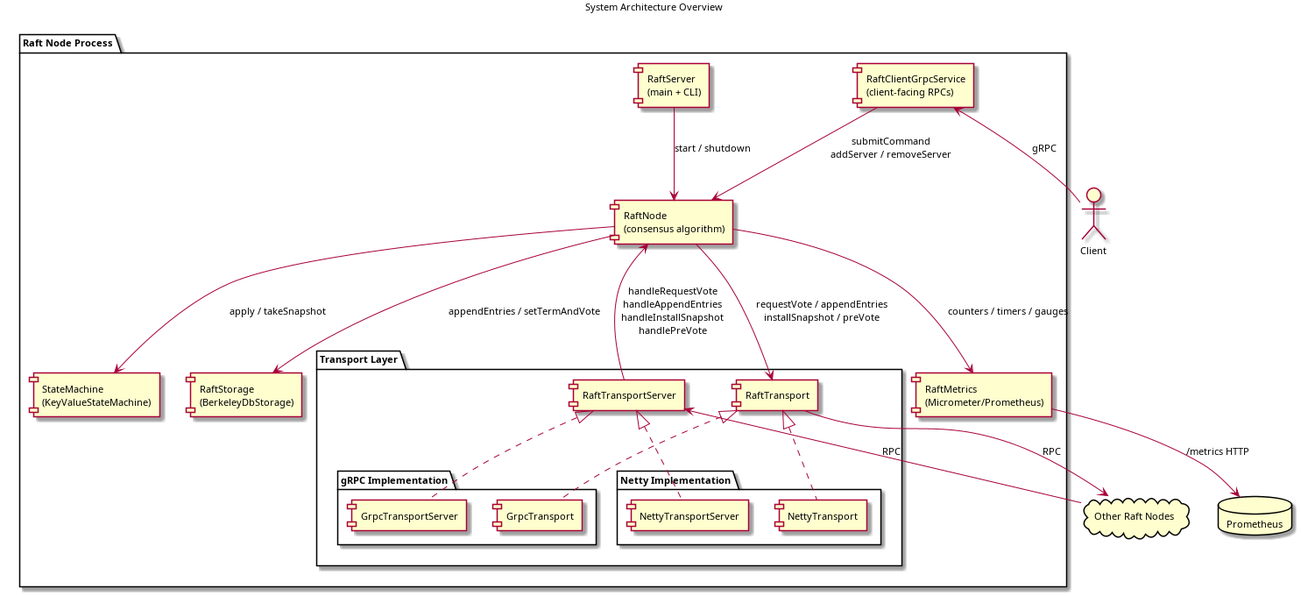
Earlier version of the PlantUML export docs/component.png (fbtberger/fbtberger-raft). Its source is kept beside it as docs/component.puml. Its diagram source:
```plantuml
@startuml
skinparam componentStyle rectangle
skinparam defaultFontSize 11

title System Architecture Overview

package "Raft Node Process" {
    [RaftServer\n(main + CLI)] as Server
    [RaftNode\n(consensus algorithm)] as Node
    [StateMachine\n(KeyValueStateMachine)] as SM
    [RaftStorage\n(BerkeleyDbStorage)] as Storage
    [RaftMetrics\n(Micrometer/Prometheus)] as Metrics

    package "Transport Layer" {
        [RaftTransportServer] as TServer
        [RaftTransport] as TClient

        package "gRPC Implementation" {
            [GrpcTransportServer] as GrpcS
            [GrpcTransport] as GrpcC
        }
        package "Netty Implementation" {
            [NettyTransportServer] as NettyS
            [NettyTransport] as NettyC
        }

        TServer <|.. GrpcS
        TServer <|.. NettyS
        TClient <|.. GrpcC
        TClient <|.. NettyC
    }

    [RaftClientGrpcService\n(client-facing RPCs)] as ClientSvc

    Server --> Node : start / shutdown
    Node --> SM : apply / takeSnapshot
    Node --> Storage : appendEntries / setTermAndVote
    Node --> TClient : requestVote / appendEntries\ninstallSnapshot / preVote
    Node --> Metrics : counters / timers / gauges
    TServer --> Node : handleRequestVote\nhandleAppendEntries\nhandleInstallSnapshot\nhandlePreVote
    ClientSvc --> Node : submitCommand\naddServer / removeServer
}

cloud "Other Raft Nodes" as Peers
actor "Client" as Client
database "Prometheus" as Prom

TClient --> Peers : RPC
TServer <-- Peers : RPC
ClientSvc <-- Client : gRPC
Metrics --> Prom : /metrics HTTP

@enduml
```
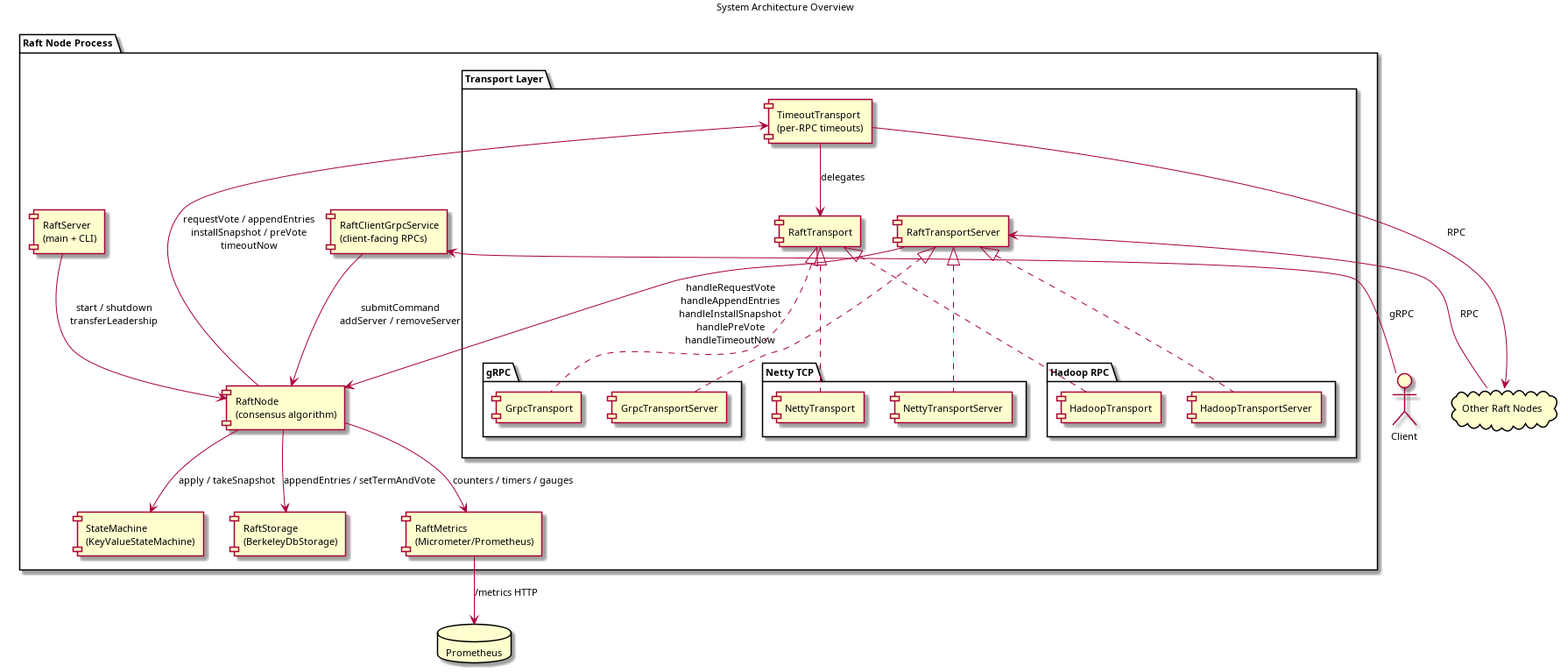
The same diagram one commit later.

Diff of the diagram source:
```diff
@@ -13,31 +13,39 @@
 
     package "Transport Layer" {
         [RaftTransportServer] as TServer
+        [TimeoutTransport\n(per-RPC timeouts)] as Timeout
         [RaftTransport] as TClient
 
-        package "gRPC Implementation" {
+        package "gRPC" {
             [GrpcTransportServer] as GrpcS
             [GrpcTransport] as GrpcC
         }
-        package "Netty Implementation" {
+        package "Netty TCP" {
             [NettyTransportServer] as NettyS
             [NettyTransport] as NettyC
+        }
+        package "Hadoop RPC" {
+            [HadoopTransportServer] as HadoopS
+            [HadoopTransport] as HadoopC
         }
 
         TServer <|.. GrpcS
         TServer <|.. NettyS
+        TServer <|.. HadoopS
         TClient <|.. GrpcC
         TClient <|.. NettyC
+        TClient <|.. HadoopC
+        Timeout --> TClient : delegates
     }
 
     [RaftClientGrpcService\n(client-facing RPCs)] as ClientSvc
 
-    Server --> Node : start / shutdown
+    Server --> Node : start / shutdown\ntransferLeadership
     Node --> SM : apply / takeSnapshot
     Node --> Storage : appendEntries / setTermAndVote
-    Node --> TClient : requestVote / appendEntries\ninstallSnapshot / preVote
+    Node --> Timeout : requestVote / appendEntries\ninstallSnapshot / preVote\ntimeoutNow
     Node --> Metrics : counters / timers / gauges
-    TServer --> Node : handleRequestVote\nhandleAppendEntries\nhandleInstallSnapshot\nhandlePreVote
+    TServer --> Node : handleRequestVote\nhandleAppendEntries\nhandleInstallSnapshot\nhandlePreVote\nhandleTimeoutNow
     ClientSvc --> Node : submitCommand\naddServer / removeServer
 }
 
@@ -45,7 +53,7 @@
 actor "Client" as Client
 database "Prometheus" as Prom
 
-TClient --> Peers : RPC
+Timeout --> Peers : RPC
 TServer <-- Peers : RPC
 ClientSvc <-- Client : gRPC
 Metrics --> Prom : /metrics HTTP
```
